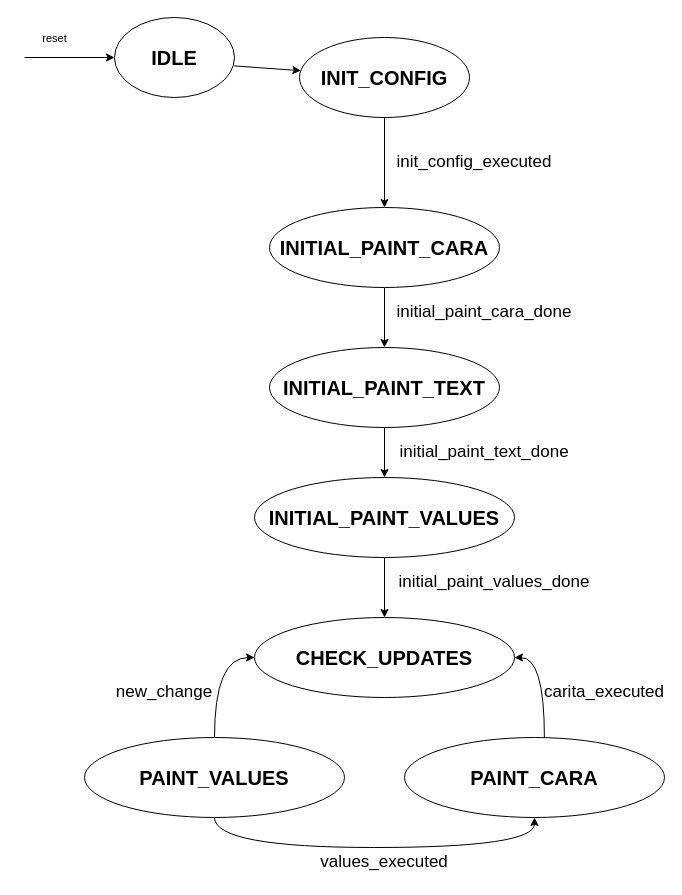
unal-edigital1-lab/entrega-1-proyecto-grupo01-2024-1 keeps this draw.io diagram as page "fsm_controller_lcd" (3 of 5) of figs/LCD_diagramas.drawio. Above is the earlier version. Source tidied: cells renumbered, new cells numbered last; positions are measured from the earlier drawing's top-left corner, leaving out a move shared by most shapes. Both pictures are drawn from the tidied source at 100%, with x=0, y=0 at pixel (24, 17).
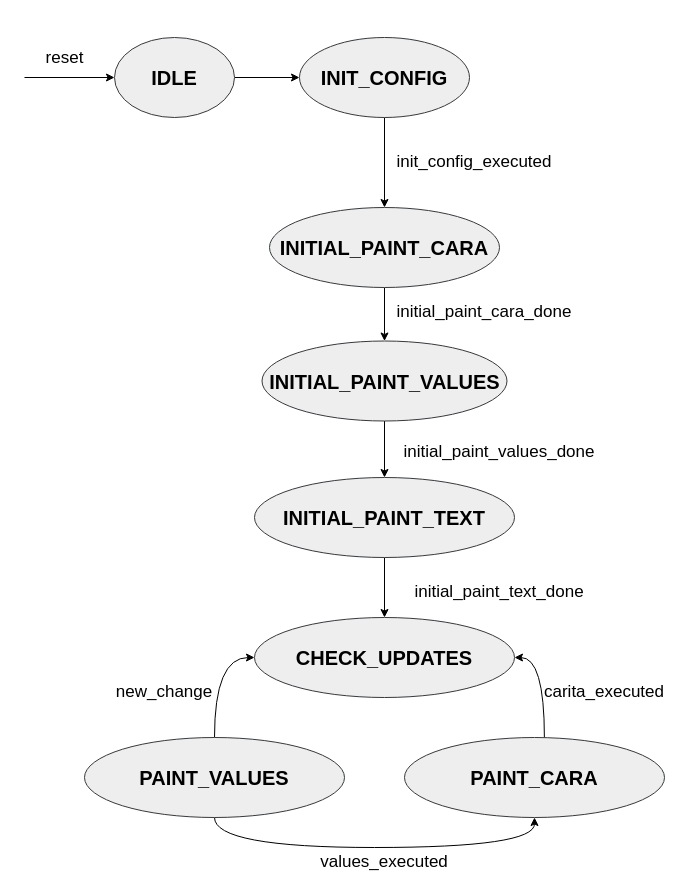
The same page after the edit.

The edit, as a diff of the source:
```diff
@@
+    <mxCell id="17" style="edgeStyle=orthogonalEdgeStyle;rounded=0;jettySize=auto;html=1;entryX=0;entryY=0.5;entryDx=0;entryDy=0;" parent="1" edge="1" source="2" target="4">
+      <mxGeometry relative="1" as="geometry" />
+    </mxCell>
-    <mxCell id="2" value="&lt;b&gt;&lt;font style=&quot;font-size: 20px;&quot;&gt;IDLE&lt;/font&gt;&lt;/b&gt;" style="ellipse;whiteSpace=wrap;html=1;" parent="1" vertex="1">
-      <mxGeometry x="90" width="120" height="80" as="geometry" />
+    <mxCell id="2" value="&lt;b&gt;&lt;font style=&quot;font-size: 20px;&quot;&gt;IDLE&lt;/font&gt;&lt;/b&gt;" style="ellipse;whiteSpace=wrap;html=1;fillColor=#eeeeee;strokeColor=#36393d;" parent="1" vertex="1">
+      <mxGeometry x="90" y="20" width="120" height="80" as="geometry" />
     </mxCell>
@@
-    <mxCell id="4" value="&lt;span style=&quot;font-size: 20px;&quot;&gt;&lt;b&gt;INIT_CONFIG&lt;/b&gt;&lt;/span&gt;" style="ellipse;whiteSpace=wrap;html=1;" parent="1" vertex="1">
+    <mxCell id="4" value="&lt;span style=&quot;font-size: 20px;&quot;&gt;&lt;b&gt;INIT_CONFIG&lt;/b&gt;&lt;/span&gt;" style="ellipse;whiteSpace=wrap;html=1;fillColor=#eeeeee;strokeColor=#36393d;" parent="1" vertex="1">
       <mxGeometry x="275" y="20" width="170" height="80" as="geometry" />
     </mxCell>
@@
-    <mxCell id="6" value="&lt;span style=&quot;font-size: 20px;&quot;&gt;&lt;b&gt;INITIAL_PAINT_CARA&lt;/b&gt;&lt;/span&gt;" style="ellipse;whiteSpace=wrap;html=1;" parent="1" vertex="1">
+    <mxCell id="6" value="&lt;span style=&quot;font-size: 20px;&quot;&gt;&lt;b&gt;INITIAL_PAINT_CARA&lt;/b&gt;&lt;/span&gt;" style="ellipse;whiteSpace=wrap;html=1;fillColor=#eeeeee;strokeColor=#36393d;" parent="1" vertex="1">
       <mxGeometry x="245" y="190" width="230" height="80" as="geometry" />
     </mxCell>
@@
-    <mxCell id="8" value="&lt;span style=&quot;font-size: 20px;&quot;&gt;&lt;b&gt;INITIAL_PAINT_TEXT&lt;/b&gt;&lt;/span&gt;" style="ellipse;whiteSpace=wrap;html=1;" parent="1" vertex="1">
-      <mxGeometry x="245" y="330" width="230" height="80" as="geometry" />
+    <mxCell id="8" value="&lt;b style=&quot;font-size: 20px;&quot;&gt;INITIAL_PAINT_VALUES&lt;/b&gt;" style="ellipse;whiteSpace=wrap;html=1;fillColor=#eeeeee;strokeColor=#36393d;" parent="1" vertex="1">
+      <mxGeometry x="237.5" y="323.5" width="245" height="80" as="geometry" />
     </mxCell>
@@
-    <mxCell id="10" value="&lt;span style=&quot;font-size: 20px;&quot;&gt;&lt;b&gt;INITIAL_PAINT_VALUES&lt;/b&gt;&lt;/span&gt;" style="ellipse;whiteSpace=wrap;html=1;" parent="1" vertex="1">
+    <mxCell id="10" value="&lt;span style=&quot;font-size: 20px;&quot;&gt;&lt;b&gt;INITIAL_PAINT_TEXT&lt;/b&gt;&lt;/span&gt;" style="ellipse;whiteSpace=wrap;html=1;fillColor=#eeeeee;strokeColor=#36393d;" parent="1" vertex="1">
       <mxGeometry x="230" y="460" width="260" height="80" as="geometry" />
     </mxCell>
-    <mxCell id="11" value="&lt;span style=&quot;font-size: 20px;&quot;&gt;&lt;b&gt;CHECK_UPDATES&lt;/b&gt;&lt;/span&gt;" style="ellipse;whiteSpace=wrap;html=1;" parent="1" vertex="1">
+    <mxCell id="11" value="&lt;span style=&quot;font-size: 20px;&quot;&gt;&lt;b&gt;CHECK_UPDATES&lt;/b&gt;&lt;/span&gt;" style="ellipse;whiteSpace=wrap;html=1;fillColor=#eeeeee;strokeColor=#36393d;" parent="1" vertex="1">
       <mxGeometry x="230" y="600" width="260" height="80" as="geometry" />
     </mxCell>
@@
-    <mxCell id="14" value="&lt;span style=&quot;font-size: 20px;&quot;&gt;&lt;b&gt;PAINT_VALUES&lt;/b&gt;&lt;/span&gt;" style="ellipse;whiteSpace=wrap;html=1;" parent="1" vertex="1">
+    <mxCell id="14" value="&lt;span style=&quot;font-size: 20px;&quot;&gt;&lt;b&gt;PAINT_VALUES&lt;/b&gt;&lt;/span&gt;" style="ellipse;whiteSpace=wrap;html=1;fillColor=#eeeeee;strokeColor=#36393d;" parent="1" vertex="1">
       <mxGeometry x="60" y="720" width="260" height="80" as="geometry" />
     </mxCell>
@@
-    <mxCell id="16" value="&lt;span style=&quot;font-size: 20px;&quot;&gt;&lt;b&gt;PAINT_CARA&lt;/b&gt;&lt;/span&gt;" style="ellipse;whiteSpace=wrap;html=1;" parent="1" vertex="1">
+    <mxCell id="16" value="&lt;span style=&quot;font-size: 20px;&quot;&gt;&lt;b&gt;PAINT_CARA&lt;/b&gt;&lt;/span&gt;" style="ellipse;whiteSpace=wrap;html=1;fillColor=#eeeeee;strokeColor=#36393d;" parent="1" vertex="1">
       <mxGeometry x="380" y="720" width="260" height="80" as="geometry" />
     </mxCell>
-    <mxCell id="17" style="endArrow=classic;html=1;rounded=0;exitX=0.997;exitY=0.605;exitDx=0;exitDy=0;entryX=0.008;entryY=0.415;entryDx=0;entryDy=0;entryPerimeter=0;exitPerimeter=0;" parent="1" edge="1" source="2" target="4">
-      <mxGeometry relative="1" as="geometry" />
-    </mxCell>
@@
     <mxCell id="20" value="initial_paint_text_done" style="text;html=1;align=center;verticalAlign=middle;whiteSpace=wrap;rounded=0;fontSize=17;" parent="1" vertex="1">
-      <mxGeometry x="430" y="420" width="60" height="30" as="geometry" />
+      <mxGeometry x="445" y="560" width="60" height="30" as="geometry" />
     </mxCell>
     <mxCell id="21" value="initial_paint_values_done" style="text;html=1;align=center;verticalAlign=middle;whiteSpace=wrap;rounded=0;fontSize=17;" parent="1" vertex="1">
-      <mxGeometry x="440" y="550" width="60" height="30" as="geometry" />
+      <mxGeometry x="445" y="420" width="60" height="30" as="geometry" />
     </mxCell>
@@
     <mxCell id="25" style="endArrow=classic;html=1;rounded=0;entryX=0;entryY=0.5;entryDx=0;entryDy=0;" parent="1" edge="1" target="2">
       <mxGeometry relative="1" as="geometry">
-        <mxPoint y="40" as="sourcePoint" />
+        <mxPoint y="60" as="sourcePoint" />
       </mxGeometry>
     </mxCell>
-    <mxCell id="26" value="reset" style="edgeLabel;html=1;align=center;verticalAlign=middle;" parent="25" vertex="1">
+    <mxCell id="26" value="reset" style="edgeLabel;html=1;align=center;verticalAlign=middle;fontSize=17;" parent="25" vertex="1">
       <mxGeometry x="-0.35" y="1" relative="1" as="geometry">
-        <mxPoint y="-19" as="offset" />
+        <mxPoint x="10" y="-19" as="offset" />
       </mxGeometry>
     </mxCell>
```
